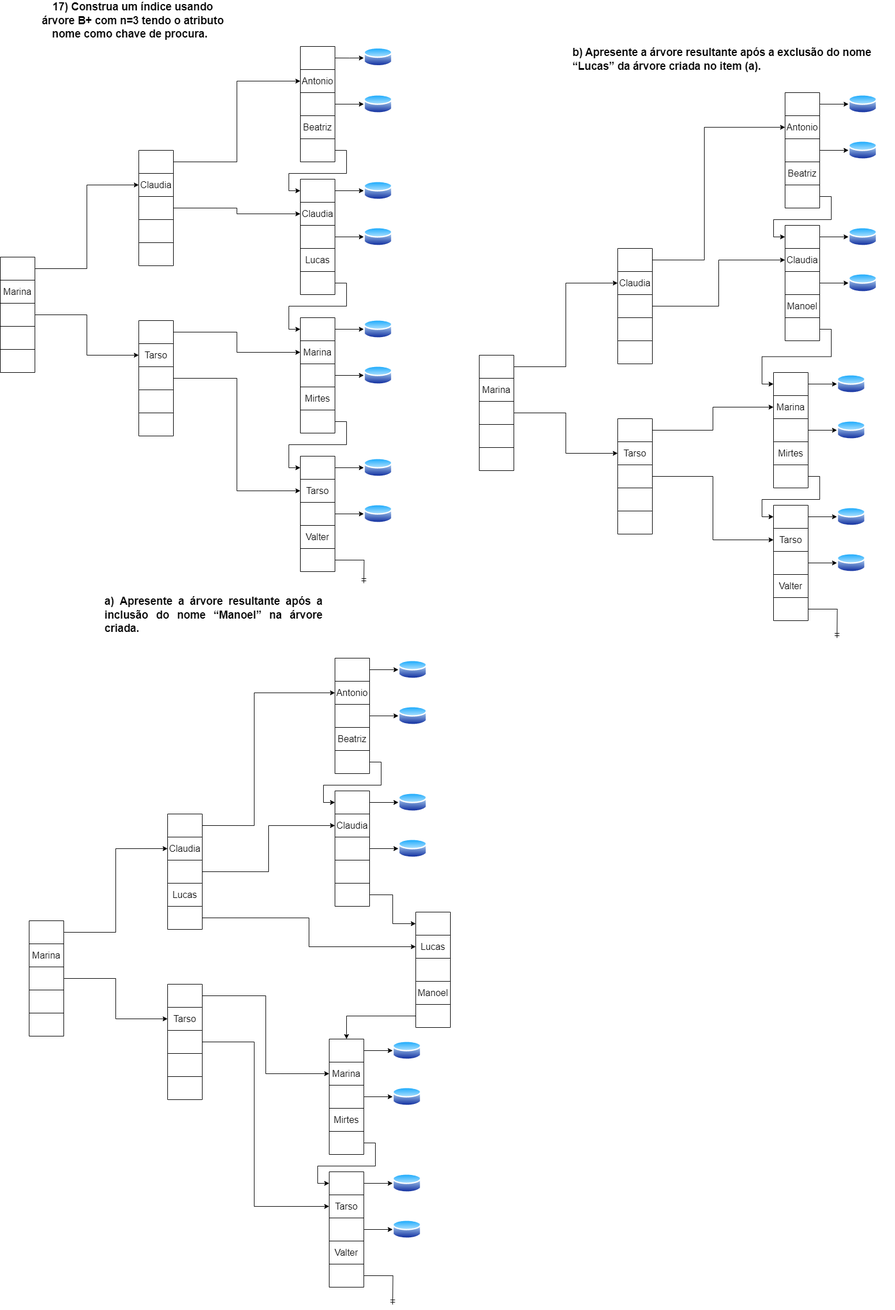
VitorFonseca123/exerc_indice_BD keeps this draw.io diagram as Arvore B+.drawio.png. Above is the earlier version. Source tidied: cells renumbered, new cells last; positions are measured from the earlier drawing's top-left corner, leaving out a move shared by most shapes.
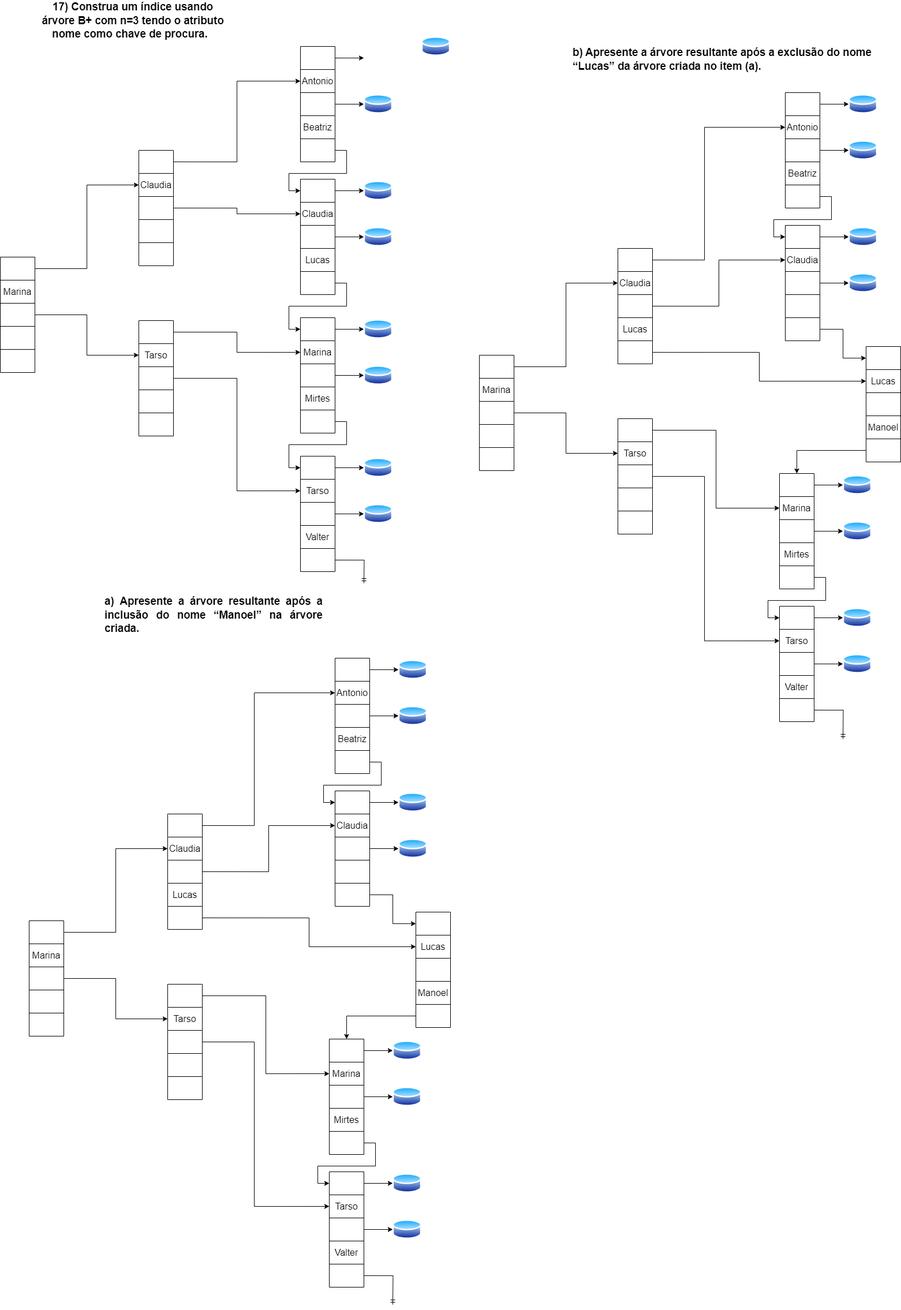
The same file after the commit.

Diff of the diagram source:
```diff
@@ -36,7 +36,7 @@
       <mxGeometry width="60" height="40" as="geometry" />
     </mxCell>
     <mxCell id="13" style="image;perimeter=ellipsePerimeter;html=1;align=center;shadow=0;dashed=0;spacingTop=3;image=img/lib/active_directory/database.svg;" parent="1" vertex="1">
-      <mxGeometry x="630" y="60" width="50" height="37" as="geometry" />
+      <mxGeometry x="730" y="41.5" width="50" height="37" as="geometry" />
     </mxCell>
     <mxCell id="14" style="edgeStyle=orthogonalEdgeStyle;rounded=0;jettySize=auto;html=1;exitX=1;exitY=0.5;exitDx=0;exitDy=0;entryX=0;entryY=0.5;entryDx=0;entryDy=0;" parent="1" edge="1" source="3">
       <mxGeometry relative="1" as="geometry">
@@ -765,7 +765,7 @@
     <mxCell id="250" style="shape=tableRow;horizontal=0;startSize=0;swimlaneHead=0;swimlaneBody=0;strokeColor=inherit;top=0;left=0;bottom=0;right=0;fillColor=none;fontSize=16;" parent="243" vertex="1">
       <mxGeometry y="120" width="60" height="40" as="geometry" />
     </mxCell>
-    <mxCell id="251" value="Manoel" style="shape=partialRectangle;html=1;whiteSpace=wrap;strokeColor=inherit;overflow=hidden;fillColor=none;top=0;left=0;bottom=0;right=0;fontSize=16;" parent="250" vertex="1">
+    <mxCell id="251" style="shape=partialRectangle;html=1;whiteSpace=wrap;strokeColor=inherit;overflow=hidden;fillColor=none;top=0;left=0;bottom=0;right=0;fontSize=16;" parent="250" vertex="1">
       <mxGeometry width="60" height="40" as="geometry" />
     </mxCell>
     <mxCell id="252" style="shape=tableRow;horizontal=0;startSize=0;swimlaneHead=0;swimlaneBody=0;strokeColor=inherit;top=0;left=0;bottom=0;right=0;fillColor=none;points=[[0,0.5],[1,0.5]];portConstraint=eastwest;fontSize=16;" parent="243" vertex="1">
@@ -790,7 +790,7 @@
       <mxGeometry relative="1" as="geometry" />
     </mxCell>
     <mxCell id="259" style="shape=table;startSize=0;fontSize=16;" parent="1" vertex="1">
-      <mxGeometry x="1340" y="625" width="60" height="200" as="geometry" />
+      <mxGeometry x="1350" y="800" width="60" height="200" as="geometry" />
     </mxCell>
     <mxCell id="260" style="shape=tableRow;horizontal=0;startSize=0;swimlaneHead=0;swimlaneBody=0;strokeColor=inherit;top=0;left=0;bottom=0;right=0;fillColor=none;points=[[0,0.5],[1,0.5]];portConstraint=eastwest;fontSize=16;" parent="259" vertex="1">
       <mxGeometry width="60" height="40" as="geometry" />
@@ -823,19 +823,19 @@
       <mxGeometry width="60" height="40" as="geometry" />
     </mxCell>
     <mxCell id="270" style="image;perimeter=ellipsePerimeter;html=1;align=center;shadow=0;dashed=0;spacingTop=3;image=img/lib/active_directory/database.svg;" parent="1" vertex="1">
-      <mxGeometry x="1450" y="626.5" width="50" height="37" as="geometry" />
+      <mxGeometry x="1460" y="801.5" width="50" height="37" as="geometry" />
     </mxCell>
     <mxCell id="271" style="edgeStyle=orthogonalEdgeStyle;rounded=0;jettySize=auto;html=1;exitX=1;exitY=0.5;exitDx=0;exitDy=0;entryX=0;entryY=0.5;entryDx=0;entryDy=0;" parent="1" edge="1" source="260" target="270">
       <mxGeometry relative="1" as="geometry" />
     </mxCell>
     <mxCell id="272" style="image;perimeter=ellipsePerimeter;html=1;align=center;shadow=0;dashed=0;spacingTop=3;image=img/lib/active_directory/database.svg;" parent="1" vertex="1">
-      <mxGeometry x="1450" y="706.5" width="50" height="37" as="geometry" />
+      <mxGeometry x="1460" y="881.5" width="50" height="37" as="geometry" />
     </mxCell>
     <mxCell id="273" style="edgeStyle=orthogonalEdgeStyle;rounded=0;jettySize=auto;html=1;exitX=1;exitY=0.5;exitDx=0;exitDy=0;entryX=0;entryY=0.5;entryDx=0;entryDy=0;" parent="1" edge="1" source="264" target="272">
       <mxGeometry relative="1" as="geometry" />
     </mxCell>
     <mxCell id="274" style="shape=table;startSize=0;fontSize=16;" parent="1" vertex="1">
-      <mxGeometry x="1340" y="855" width="60" height="200" as="geometry" />
+      <mxGeometry x="1350" y="1030" width="60" height="200" as="geometry" />
     </mxCell>
     <mxCell id="275" style="shape=tableRow;horizontal=0;startSize=0;swimlaneHead=0;swimlaneBody=0;strokeColor=inherit;top=0;left=0;bottom=0;right=0;fillColor=none;points=[[0,0.5],[1,0.5]];portConstraint=eastwest;fontSize=16;" parent="274" vertex="1">
       <mxGeometry width="60" height="40" as="geometry" />
@@ -868,20 +868,20 @@
       <mxGeometry width="60" height="40" as="geometry" />
     </mxCell>
     <mxCell id="285" style="image;perimeter=ellipsePerimeter;html=1;align=center;shadow=0;dashed=0;spacingTop=3;image=img/lib/active_directory/database.svg;" parent="1" vertex="1">
-      <mxGeometry x="1450" y="856.5" width="50" height="37" as="geometry" />
+      <mxGeometry x="1460" y="1031.5" width="50" height="37" as="geometry" />
     </mxCell>
     <mxCell id="286" style="edgeStyle=orthogonalEdgeStyle;rounded=0;jettySize=auto;html=1;exitX=1;exitY=0.5;exitDx=0;exitDy=0;entryX=0;entryY=0.5;entryDx=0;entryDy=0;" parent="1" edge="1" source="275" target="285">
       <mxGeometry relative="1" as="geometry" />
     </mxCell>
     <mxCell id="287" style="image;perimeter=ellipsePerimeter;html=1;align=center;shadow=0;dashed=0;spacingTop=3;image=img/lib/active_directory/database.svg;" parent="1" vertex="1">
-      <mxGeometry x="1450" y="936.5" width="50" height="37" as="geometry" />
+      <mxGeometry x="1460" y="1111.5" width="50" height="37" as="geometry" />
     </mxCell>
     <mxCell id="288" style="edgeStyle=orthogonalEdgeStyle;rounded=0;jettySize=auto;html=1;exitX=1;exitY=0.5;exitDx=0;exitDy=0;entryX=0;entryY=0.5;entryDx=0;entryDy=0;" parent="1" edge="1" source="279" target="287">
       <mxGeometry relative="1" as="geometry" />
     </mxCell>
     <mxCell id="289" style="edgeStyle=orthogonalEdgeStyle;rounded=0;jettySize=auto;html=1;exitX=1;exitY=0.5;exitDx=0;exitDy=0;endArrow=ERmandOne;endFill=0;" parent="1" edge="1" source="283">
       <mxGeometry relative="1" as="geometry">
-        <mxPoint x="1450" y="1085" as="targetPoint" />
+        <mxPoint x="1460" y="1260" as="targetPoint" />
       </mxGeometry>
     </mxCell>
     <mxCell id="290" style="shape=table;startSize=0;fontSize=16;" parent="1" vertex="1">
@@ -908,7 +908,7 @@
     <mxCell id="297" style="shape=tableRow;horizontal=0;startSize=0;swimlaneHead=0;swimlaneBody=0;strokeColor=inherit;top=0;left=0;bottom=0;right=0;fillColor=none;fontSize=16;" parent="290" vertex="1">
       <mxGeometry y="120" width="60" height="40" as="geometry" />
     </mxCell>
-    <mxCell id="298" style="shape=partialRectangle;html=1;whiteSpace=wrap;strokeColor=inherit;overflow=hidden;fillColor=none;top=0;left=0;bottom=0;right=0;fontSize=16;" parent="297" vertex="1">
+    <mxCell id="298" value="Lucas" style="shape=partialRectangle;html=1;whiteSpace=wrap;strokeColor=inherit;overflow=hidden;fillColor=none;top=0;left=0;bottom=0;right=0;fontSize=16;" parent="297" vertex="1">
       <mxGeometry width="60" height="40" as="geometry" />
     </mxCell>
     <mxCell id="299" style="shape=tableRow;horizontal=0;startSize=0;swimlaneHead=0;swimlaneBody=0;strokeColor=inherit;top=0;left=0;bottom=0;right=0;fillColor=none;points=[[0,0.5],[1,0.5]];portConstraint=eastwest;fontSize=16;" parent="290" vertex="1">
@@ -1009,14 +1009,58 @@
     <mxCell id="329" style="edgeStyle=orthogonalEdgeStyle;rounded=0;jettySize=auto;html=1;exitX=1;exitY=0.5;exitDx=0;exitDy=0;entryX=0;entryY=0.5;entryDx=0;entryDy=0;" parent="1" edge="1" source="302" target="262">
       <mxGeometry relative="1" as="geometry" />
     </mxCell>
+    <mxCell id="332" style="edgeStyle=orthogonalEdgeStyle;rounded=0;jettySize=auto;html=1;exitX=1;exitY=0.5;exitDx=0;exitDy=0;entryX=0;entryY=0.5;entryDx=0;entryDy=0;" parent="1" edge="1" source="306" target="277">
+      <mxGeometry relative="1" as="geometry">
+        <Array as="points">
+          <mxPoint x="1220" y="805" />
+          <mxPoint x="1220" y="1090" />
+        </Array>
+      </mxGeometry>
+    </mxCell>
+    <mxCell id="333" style="shape=table;startSize=0;fontSize=16;" parent="1" vertex="1">
+      <mxGeometry x="1500" y="580" width="60" height="200" as="geometry" />
+    </mxCell>
+    <mxCell id="334" style="shape=tableRow;horizontal=0;startSize=0;swimlaneHead=0;swimlaneBody=0;strokeColor=inherit;top=0;left=0;bottom=0;right=0;fillColor=none;points=[[0,0.5],[1,0.5]];portConstraint=eastwest;fontSize=16;" parent="333" vertex="1">
+      <mxGeometry width="60" height="40" as="geometry" />
+    </mxCell>
+    <mxCell id="335" style="shape=partialRectangle;html=1;whiteSpace=wrap;strokeColor=inherit;overflow=hidden;fillColor=none;top=0;left=0;bottom=0;right=0;fontSize=16;" parent="334" vertex="1">
+      <mxGeometry width="60" height="40" as="geometry" />
+    </mxCell>
+    <mxCell id="336" style="shape=tableRow;horizontal=0;startSize=0;swimlaneHead=0;swimlaneBody=0;strokeColor=inherit;top=0;left=0;bottom=0;right=0;fillColor=none;points=[[0,0.5],[1,0.5]];portConstraint=eastwest;fontSize=16;" parent="333" vertex="1">
+      <mxGeometry y="40" width="60" height="40" as="geometry" />
+    </mxCell>
+    <mxCell id="337" value="Lucas" style="shape=partialRectangle;html=1;whiteSpace=wrap;strokeColor=inherit;overflow=hidden;fillColor=none;top=0;left=0;bottom=0;right=0;fontSize=16;" parent="336" vertex="1">
+      <mxGeometry width="60" height="40" as="geometry" />
+    </mxCell>
+    <mxCell id="338" style="shape=tableRow;horizontal=0;startSize=0;swimlaneHead=0;swimlaneBody=0;strokeColor=inherit;top=0;left=0;bottom=0;right=0;fillColor=none;fontSize=16;" parent="333" vertex="1">
+      <mxGeometry y="80" width="60" height="40" as="geometry" />
+    </mxCell>
+    <mxCell id="339" style="shape=partialRectangle;html=1;whiteSpace=wrap;strokeColor=inherit;overflow=hidden;fillColor=none;top=0;left=0;bottom=0;right=0;fontSize=16;" parent="338" vertex="1">
+      <mxGeometry width="60" height="40" as="geometry" />
+    </mxCell>
+    <mxCell id="340" style="shape=tableRow;horizontal=0;startSize=0;swimlaneHead=0;swimlaneBody=0;strokeColor=inherit;top=0;left=0;bottom=0;right=0;fillColor=none;fontSize=16;" parent="333" vertex="1">
+      <mxGeometry y="120" width="60" height="40" as="geometry" />
+    </mxCell>
+    <mxCell id="341" value="Manoel" style="shape=partialRectangle;html=1;whiteSpace=wrap;strokeColor=inherit;overflow=hidden;fillColor=none;top=0;left=0;bottom=0;right=0;fontSize=16;" parent="340" vertex="1">
+      <mxGeometry width="60" height="40" as="geometry" />
+    </mxCell>
+    <mxCell id="342" style="shape=tableRow;horizontal=0;startSize=0;swimlaneHead=0;swimlaneBody=0;strokeColor=inherit;top=0;left=0;bottom=0;right=0;fillColor=none;points=[[0,0.5],[1,0.5]];portConstraint=eastwest;fontSize=16;" parent="333" vertex="1">
+      <mxGeometry y="160" width="60" height="40" as="geometry" />
+    </mxCell>
+    <mxCell id="343" style="shape=partialRectangle;html=1;whiteSpace=wrap;strokeColor=inherit;overflow=hidden;fillColor=none;top=0;left=0;bottom=0;right=0;fontSize=16;" parent="342" vertex="1">
+      <mxGeometry width="60" height="40" as="geometry" />
+    </mxCell>
     <mxCell id="330" style="edgeStyle=orthogonalEdgeStyle;rounded=0;jettySize=auto;html=1;exitX=1;exitY=0.5;exitDx=0;exitDy=0;entryX=0;entryY=0.5;entryDx=0;entryDy=0;" parent="1" edge="1" source="268" target="275">
       <mxGeometry relative="1" as="geometry" />
     </mxCell>
-    <mxCell id="331" style="edgeStyle=orthogonalEdgeStyle;rounded=0;jettySize=auto;html=1;exitX=1;exitY=0.5;exitDx=0;exitDy=0;entryX=0;entryY=0.5;entryDx=0;entryDy=0;" parent="1" edge="1" source="252" target="260">
+    <mxCell id="331" style="edgeStyle=orthogonalEdgeStyle;rounded=0;jettySize=auto;html=1;exitX=1;exitY=0.5;exitDx=0;exitDy=0;" parent="1" edge="1" source="252" target="334">
       <mxGeometry relative="1" as="geometry" />
     </mxCell>
-    <mxCell id="332" style="edgeStyle=orthogonalEdgeStyle;rounded=0;jettySize=auto;html=1;exitX=1;exitY=0.5;exitDx=0;exitDy=0;entryX=0;entryY=0.5;entryDx=0;entryDy=0;" parent="1" edge="1" source="306" target="277">
-      <mxGeometry relative="1" as="geometry" />
-    </mxCell>
+    <mxCell id="344" style="edgeStyle=orthogonalEdgeStyle;rounded=0;jettySize=auto;html=1;exitX=0;exitY=0.5;exitDx=0;exitDy=0;entryX=0.5;entryY=0;entryDx=0;entryDy=0;entryPerimeter=0;" parent="1" edge="1" source="342" target="260">
+      <mxGeometry relative="1" as="geometry" />
+    </mxCell>
+    <mxCell id="345" style="edgeStyle=orthogonalEdgeStyle;rounded=0;jettySize=auto;html=1;exitX=1;exitY=0.5;exitDx=0;exitDy=0;entryX=0;entryY=0.5;entryDx=0;entryDy=0;" parent="1" edge="1" source="299" target="336">
+      <mxGeometry relative="1" as="geometry" />
+    </mxCell>
   </root>
 </mxGraphModel>
```
